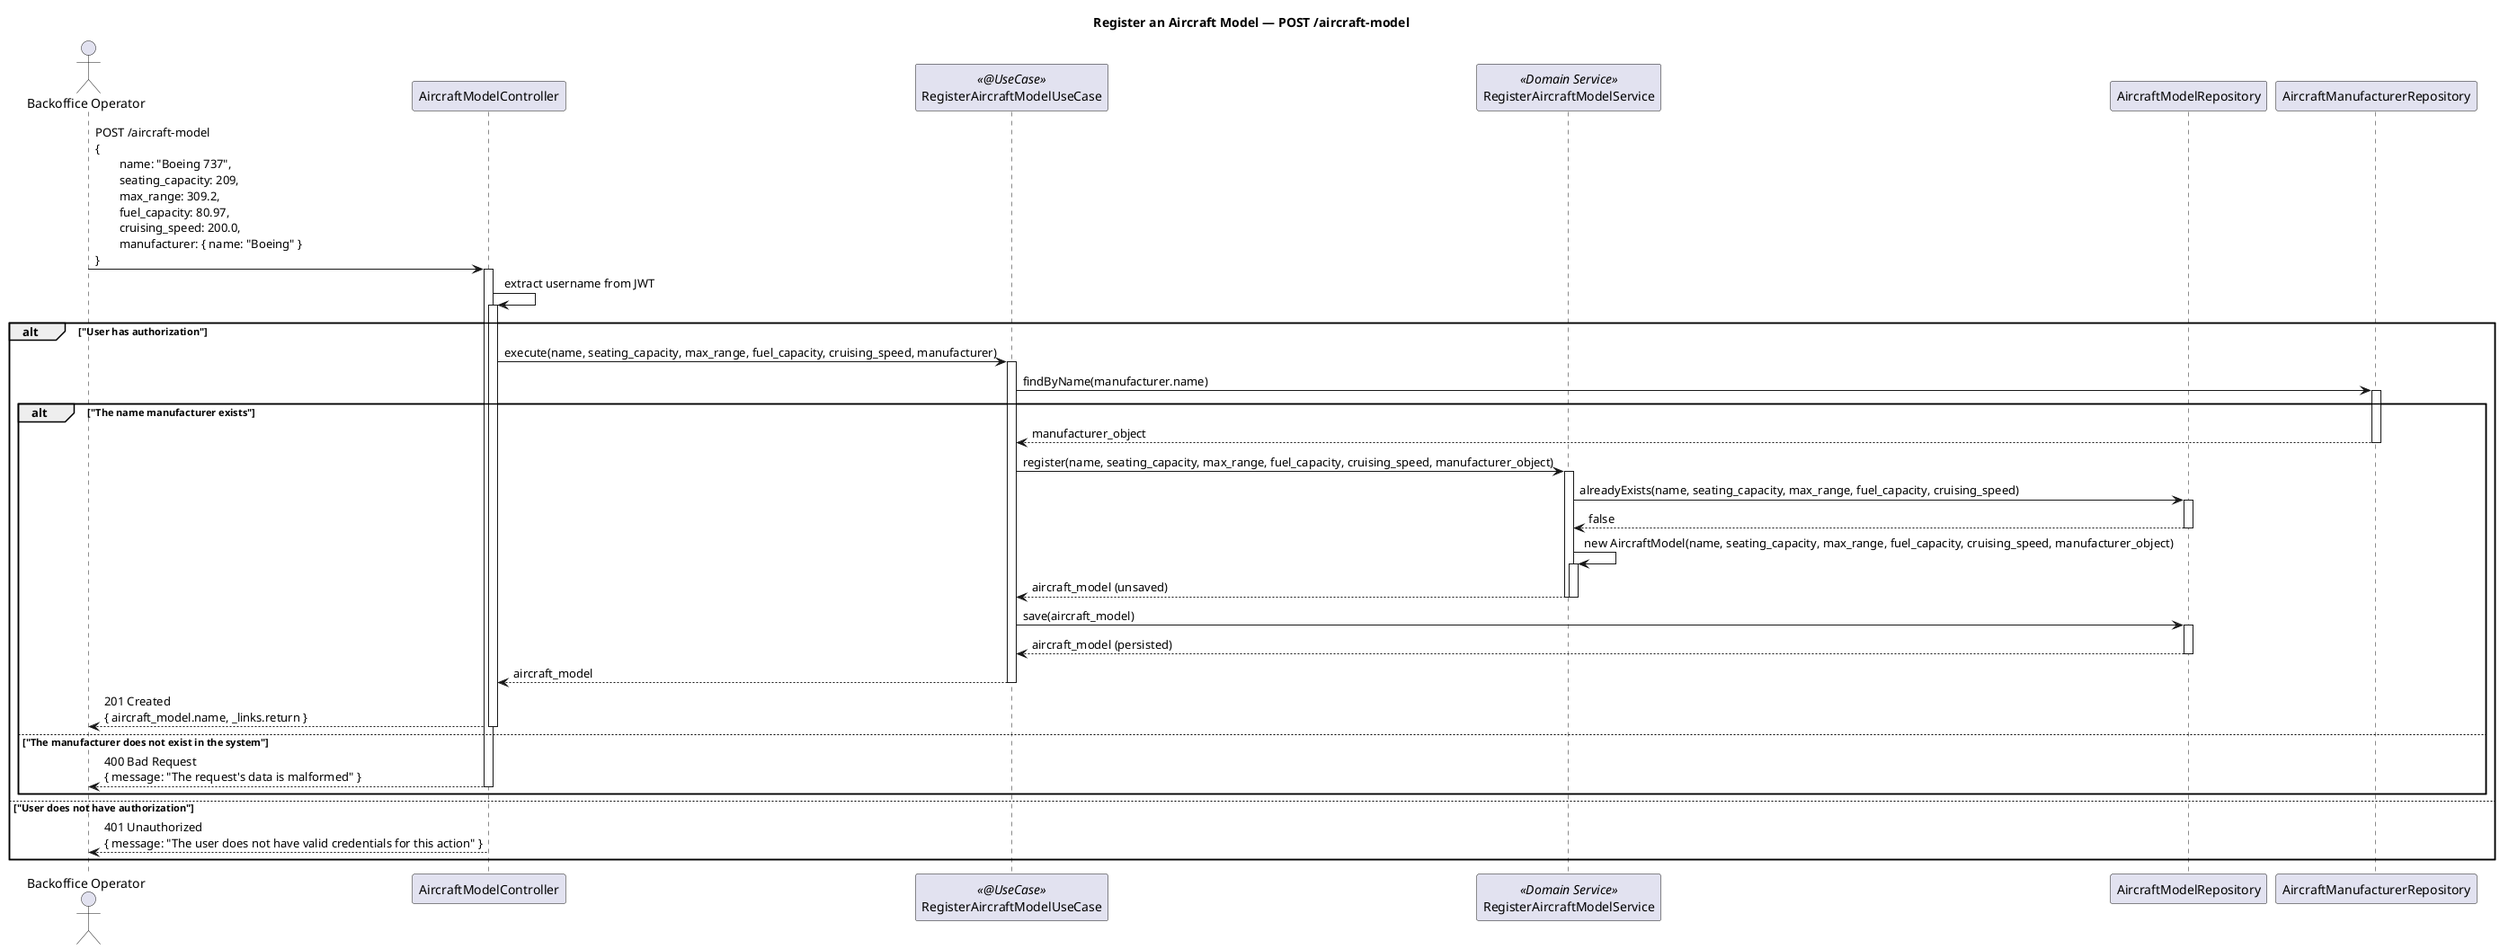
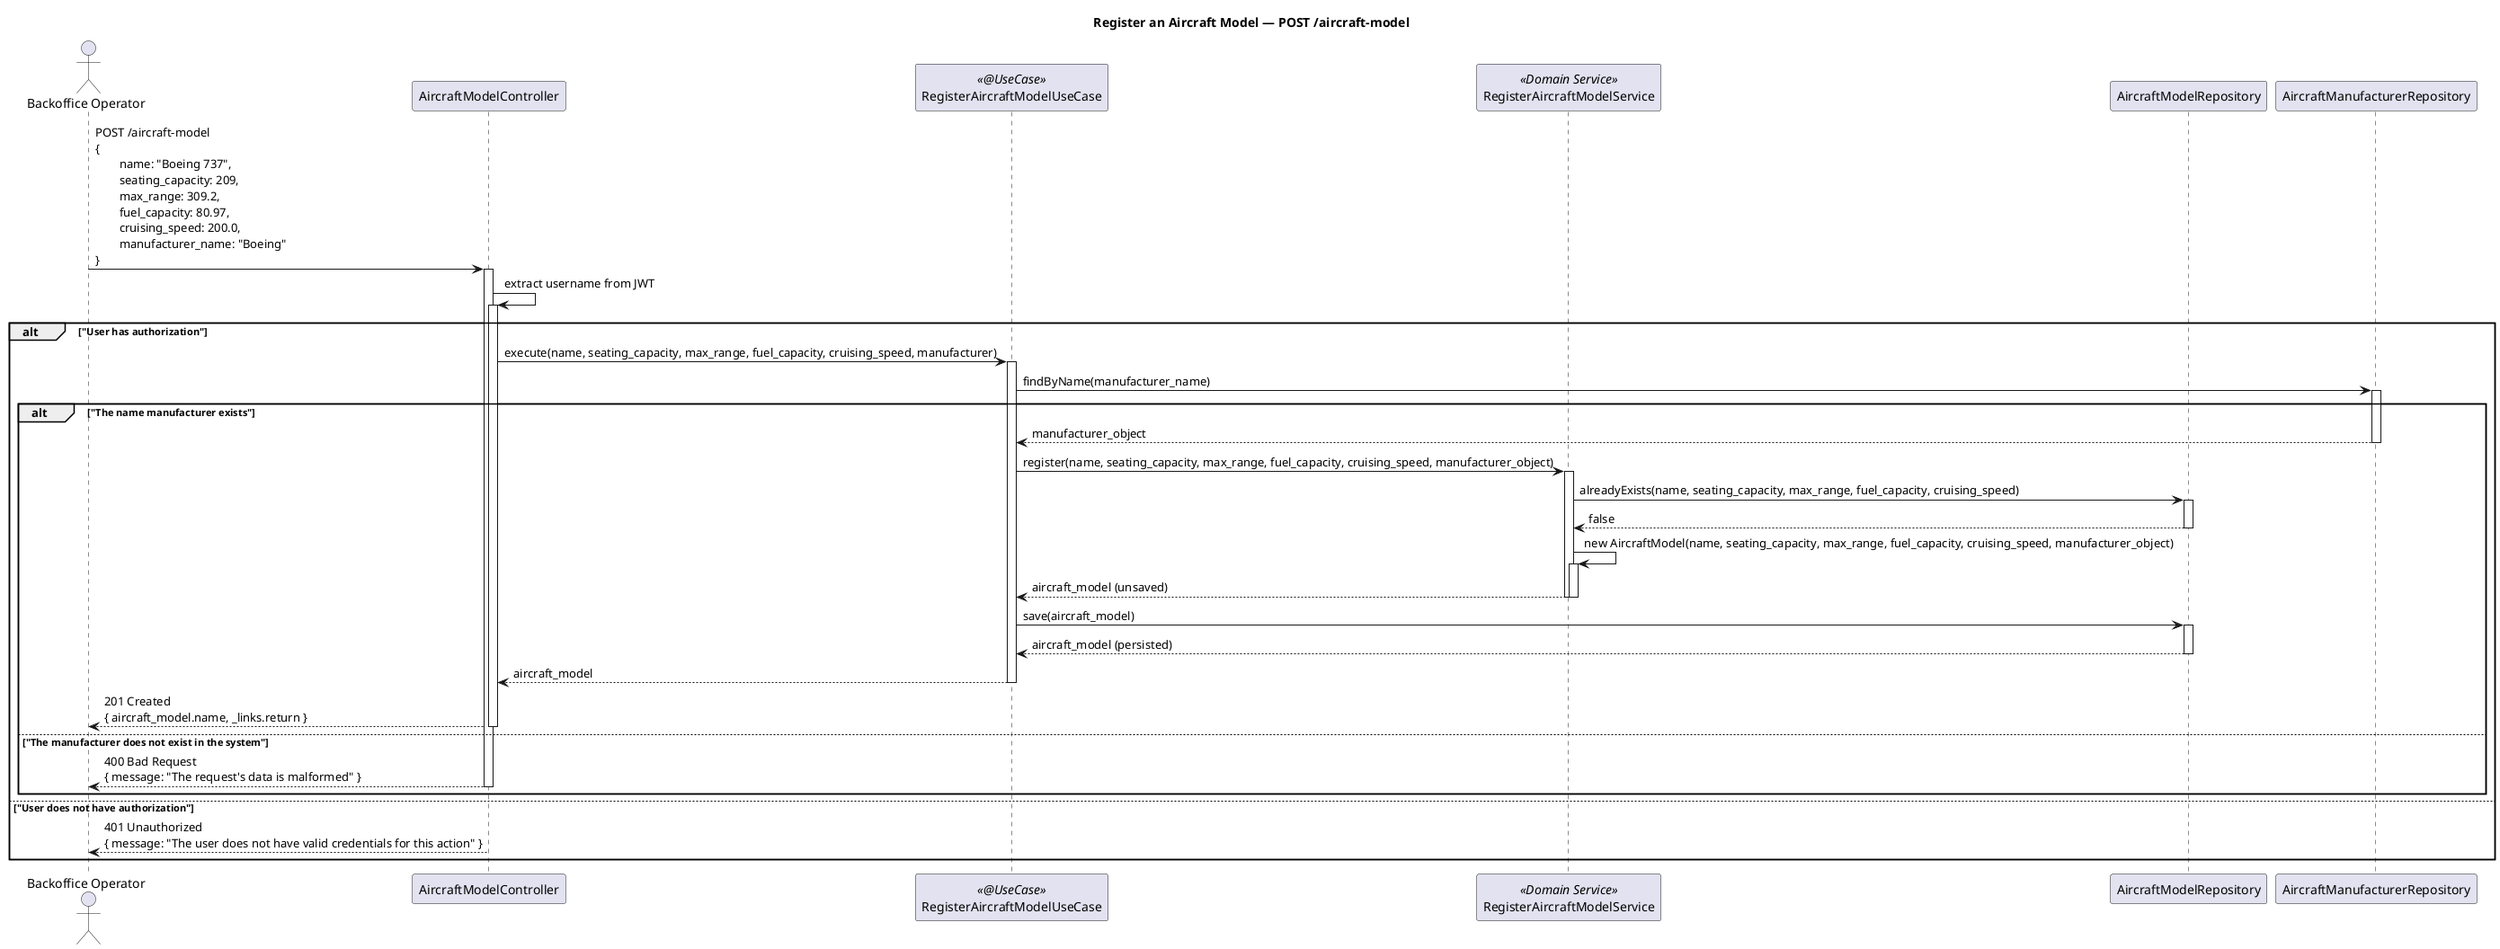
@startuml
title Register an Aircraft Model — POST /aircraft-model

autoactivate on

actor "Backoffice Operator" as BO
participant AircraftModelController
participant RegisterAircraftModelUseCase <<@UseCase>>
participant RegisterAircraftModelService <<Domain Service>>
participant AircraftModelRepository
participant AircraftManufacturerRepository

- BO -> AircraftModelController : POST /aircraft-model\n{\n\tname: "Boeing 737",\n\tseating_capacity: 209,\n\tmax_range: 309.2,\n\tfuel_capacity: 80.97,\n\tcruising_speed: 200.0,\n\tmanufacturer: { name: "Boeing" }\n}
+ BO -> AircraftModelController : POST /aircraft-model\n{\n\tname: "Boeing 737",\n\tseating_capacity: 209,\n\tmax_range: 309.2,\n\tfuel_capacity: 80.97,\n\tcruising_speed: 200.0,\n\tmanufacturer_name: "Boeing"\n}

AircraftModelController -> AircraftModelController : extract username from JWT
alt "User has authorization"
    AircraftModelController -> RegisterAircraftModelUseCase : execute(name, seating_capacity, max_range, fuel_capacity, cruising_speed, manufacturer)
-         RegisterAircraftModelUseCase -> AircraftManufacturerRepository : findByName(manufacturer.name)
+         RegisterAircraftModelUseCase -> AircraftManufacturerRepository : findByName(manufacturer_name)
        alt "The name manufacturer exists"
        AircraftManufacturerRepository --> RegisterAircraftModelUseCase : manufacturer_object
        RegisterAircraftModelUseCase -> RegisterAircraftModelService : register(name, seating_capacity, max_range, fuel_capacity, cruising_speed, manufacturer_object)
            RegisterAircraftModelService -> AircraftModelRepository : alreadyExists(name, seating_capacity, max_range, fuel_capacity, cruising_speed)
            AircraftModelRepository --> RegisterAircraftModelService : false
            RegisterAircraftModelService -> RegisterAircraftModelService : new AircraftModel(name, seating_capacity, max_range, fuel_capacity, cruising_speed, manufacturer_object)
        RegisterAircraftModelService --> RegisterAircraftModelUseCase : aircraft_model (unsaved)
        deactivate
        RegisterAircraftModelUseCase -> AircraftModelRepository : save(aircraft_model)
        AircraftModelRepository --> RegisterAircraftModelUseCase : aircraft_model (persisted)
    RegisterAircraftModelUseCase --> AircraftModelController : aircraft_model
AircraftModelController --> BO : 201 Created\n{ aircraft_model.name, _links.return }
        else "The manufacturer does not exist in the system"
AircraftModelController --> BO : 400 Bad Request\n{ message: "The request's data is malformed" }
        end

else "User does not have authorization"
AircraftModelController --> BO : 401 Unauthorized\n{ message: "The user does not have valid credentials for this action" }
end

@enduml